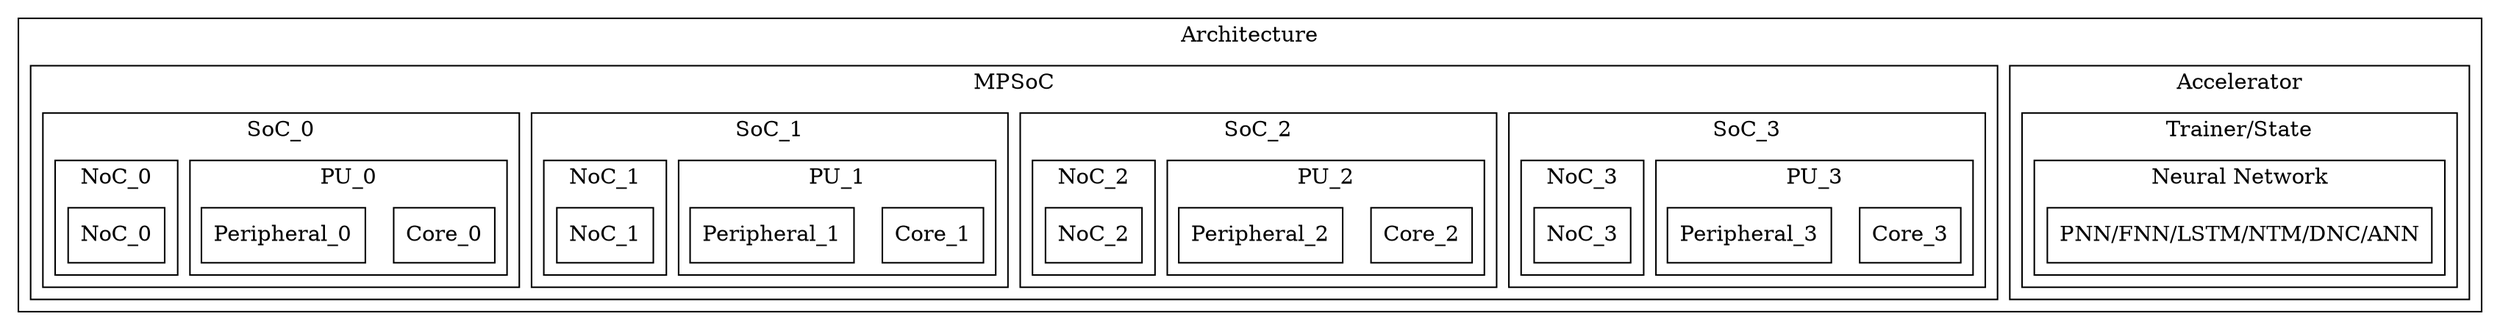
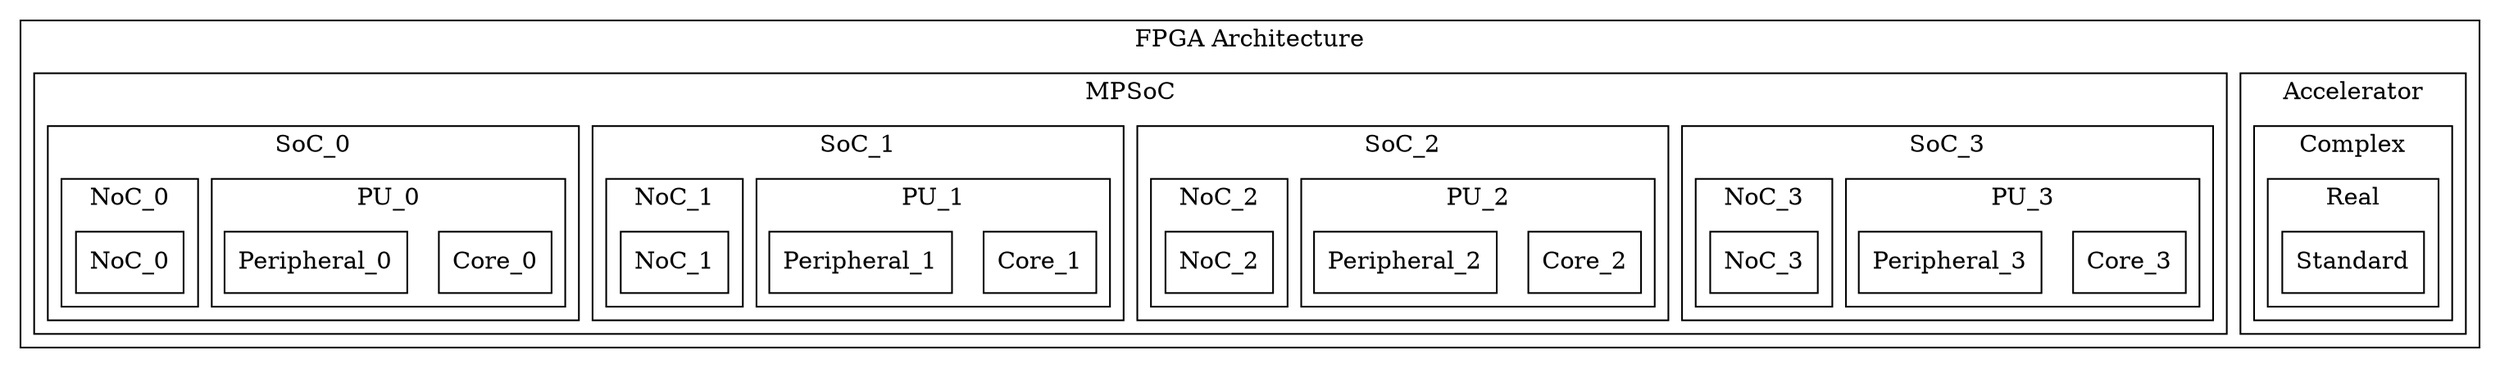
digraph Project {
  // Introduction
  graph [rankdir = TB, splines=ortho];
  node[shape=record];

  // Blocks
-   subgraph "cluster Architecture" { label = "Architecture";
-     subgraph "cluster NTMDNC" { label = "Accelerator";
-       subgraph "cluster TrainerState" { label = "Trainer/State";
-         subgraph "cluster Neural_Network" { label = "Neural Network";
-           NN[shape=box, label="PNN/FNN/LSTM/NTM/DNC/ANN"];
+   subgraph "cluster FPGA Architecture" { label = "FPGA Architecture";
+     subgraph "cluster Accelerator" { label = "Accelerator";
+       subgraph "cluster Complex" { label = "Complex";
+         subgraph "cluster Real" { label = "Real";
+           Standard[shape=box, label="Standard"];
        }
      }
    }
    subgraph "cluster MPSoC" { label = "MPSoC";
      subgraph "cluster SoC_3" { label = "SoC_3";
        subgraph "cluster PU_3" { label = "PU_3";
          Core_3[shape=box, label="Core_3"];
          Peripheral_3[shape=box, label="Peripheral_3"];
        }
        subgraph "cluster NoC_3" { label = "NoC_3";
          NoC_3[shape=box, label="NoC_3"];
        }
      }
      subgraph "cluster SoC_2" { label = "SoC_2";
        subgraph "cluster PU_2" { label = "PU_2";
          Core_2[shape=box, label="Core_2"];
          Peripheral_2[shape=box, label="Peripheral_2"];
        }
        subgraph "cluster NoC_2" { label = "NoC_2";
          NoC_2[shape=box, label="NoC_2"];
        }
      }
      subgraph "cluster SoC_1" { label = "SoC_1";
        subgraph "cluster PU_1" { label = "PU_1";
          Core_1[shape=box, label="Core_1"];
          Peripheral_1[shape=box, label="Peripheral_1"];
        }
        subgraph "cluster NoC_1" { label = "NoC_1";
          NoC_1[shape=box, label="NoC_1"];
        }
      }
      subgraph "cluster SoC_0" { label = "SoC_0";
        subgraph "cluster PU_0" { label = "PU_0";
          Core_0[shape=box, label="Core_0"];
          Peripheral_0[shape=box, label="Peripheral_0"];
        }
        subgraph "cluster NoC_0" { label = "NoC_0";
          NoC_0[shape=box, label="NoC_0"];
        }
      }
    }
  }
}
